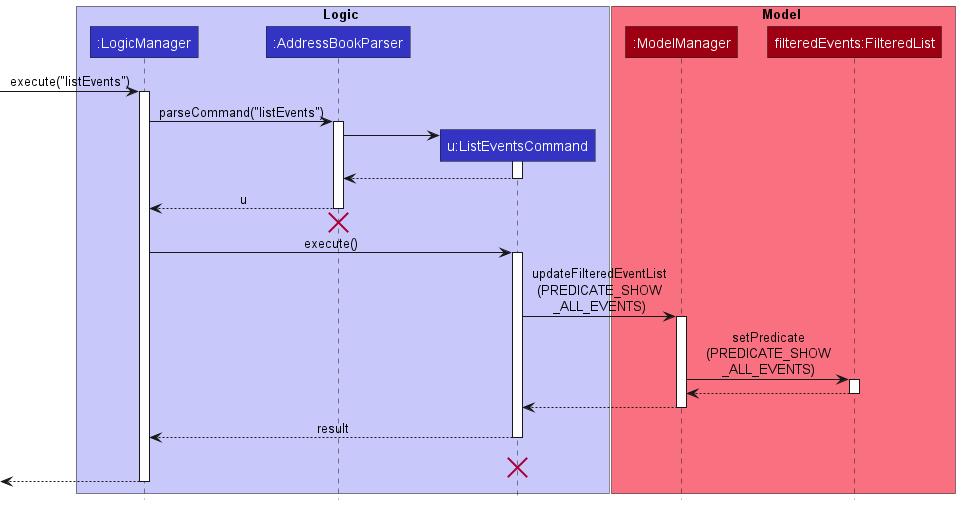
Above: docs/images/ListEventsSequenceDiagram.png in nus-cs2103-AY2223S1/tp (PlantUML), before the change.
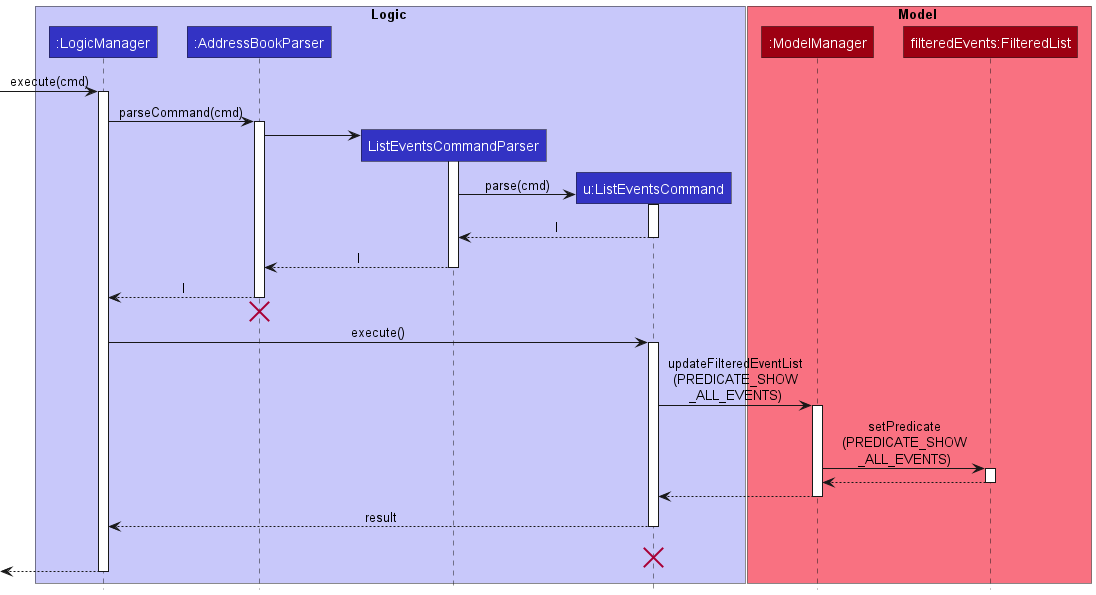
The same diagram one commit later.

The edit, as a diff of the source:
```diff
@@ -4,28 +4,36 @@
 box Logic LOGIC_COLOR_T1
 participant ":LogicManager" as LogicManager LOGIC_COLOR
 participant ":AddressBookParser" as AddressBookParser LOGIC_COLOR
+participant "ListEventsCommandParser" as ListEventsCommandParser LOGIC_COLOR
 participant "u:ListEventsCommand" as ListEventsCommand LOGIC_COLOR
 end box
 
 box Model MODEL_COLOR_T1
 participant ":ModelManager" as ModelManager MODEL_COLOR
 participant "filteredEvents:FilteredList" as eventList MODEL_COLOR
+end box
 
-end box
-[-> LogicManager : execute("listEvents")
+[-> LogicManager : execute(cmd)
 activate LogicManager
 
-LogicManager -> AddressBookParser : parseCommand("listEvents")
+LogicManager -> AddressBookParser : parseCommand(cmd)
 activate AddressBookParser
 
+create ListEventsCommandParser
+AddressBookParser -> ListEventsCommandParser :
+activate ListEventsCommandParser
+
 create ListEventsCommand
-AddressBookParser -> ListEventsCommand
+ListEventsCommandParser -> ListEventsCommand :parse(cmd)
 activate ListEventsCommand
 
-ListEventsCommand --> AddressBookParser
+ListEventsCommand --> ListEventsCommandParser : l
 deactivate ListEventsCommand
 
-AddressBookParser --> LogicManager : u
+ListEventsCommandParser --> AddressBookParser : l
+deactivate ListEventsCommandParser
+
+AddressBookParser --> LogicManager : l
 deactivate AddressBookParser
 AddressBookParser -[hidden]-> LogicManager
 destroy AddressBookParser
```
